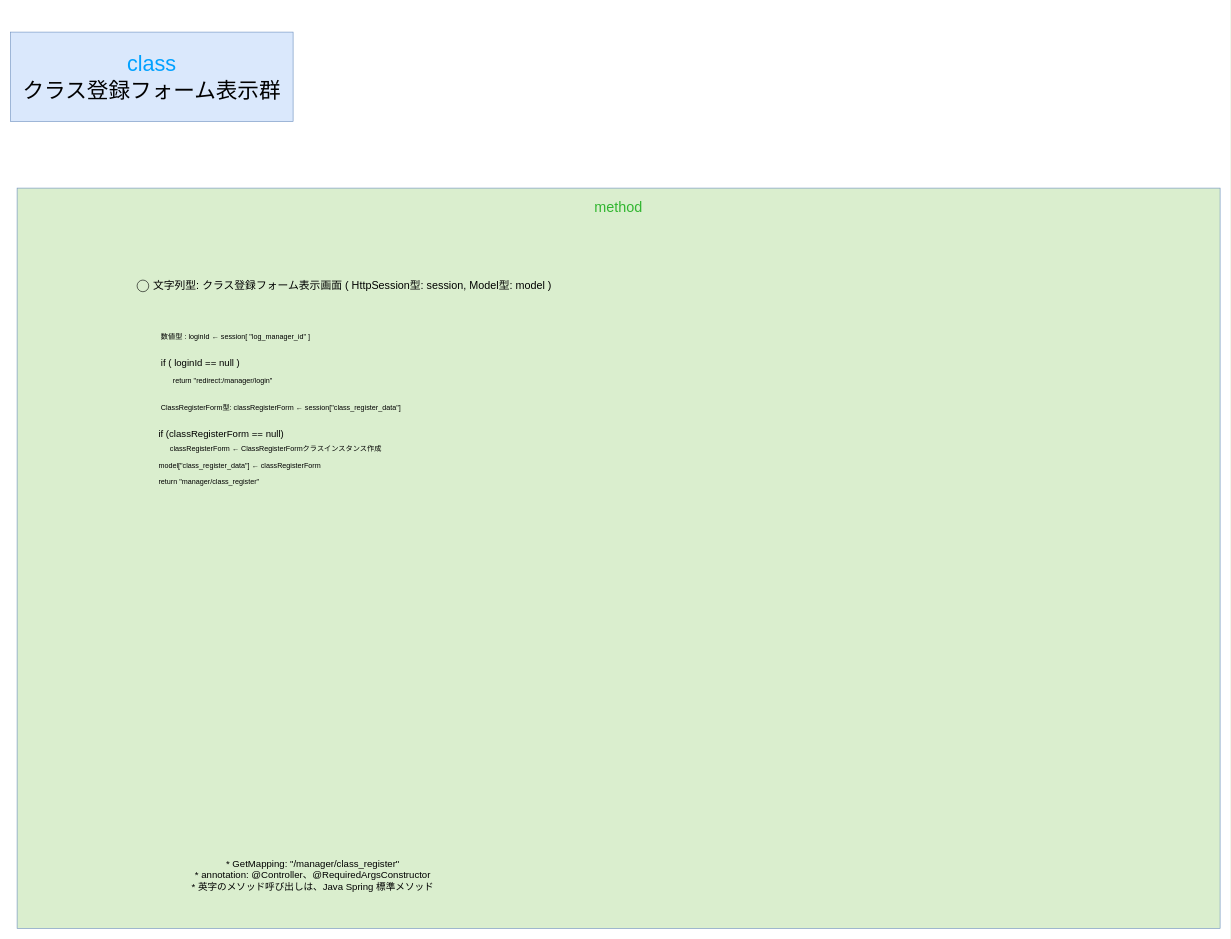
Above: gijigengo/controller/view/manager/seiseki_manage_sys controller_view_manager ClassRegisterViewControllerrollerクラス 疑似言語.drawio in tro319/seiseki_manage_sys (draw.io), before the change. Source tidied: cells renumbered, new cells numbered last; positions are measured from the earlier drawing's top-left corner, leaving out a move shared by most shapes. Both pictures are drawn from the tidied source at 60%, with x=0, y=0 at pixel (10, 32).
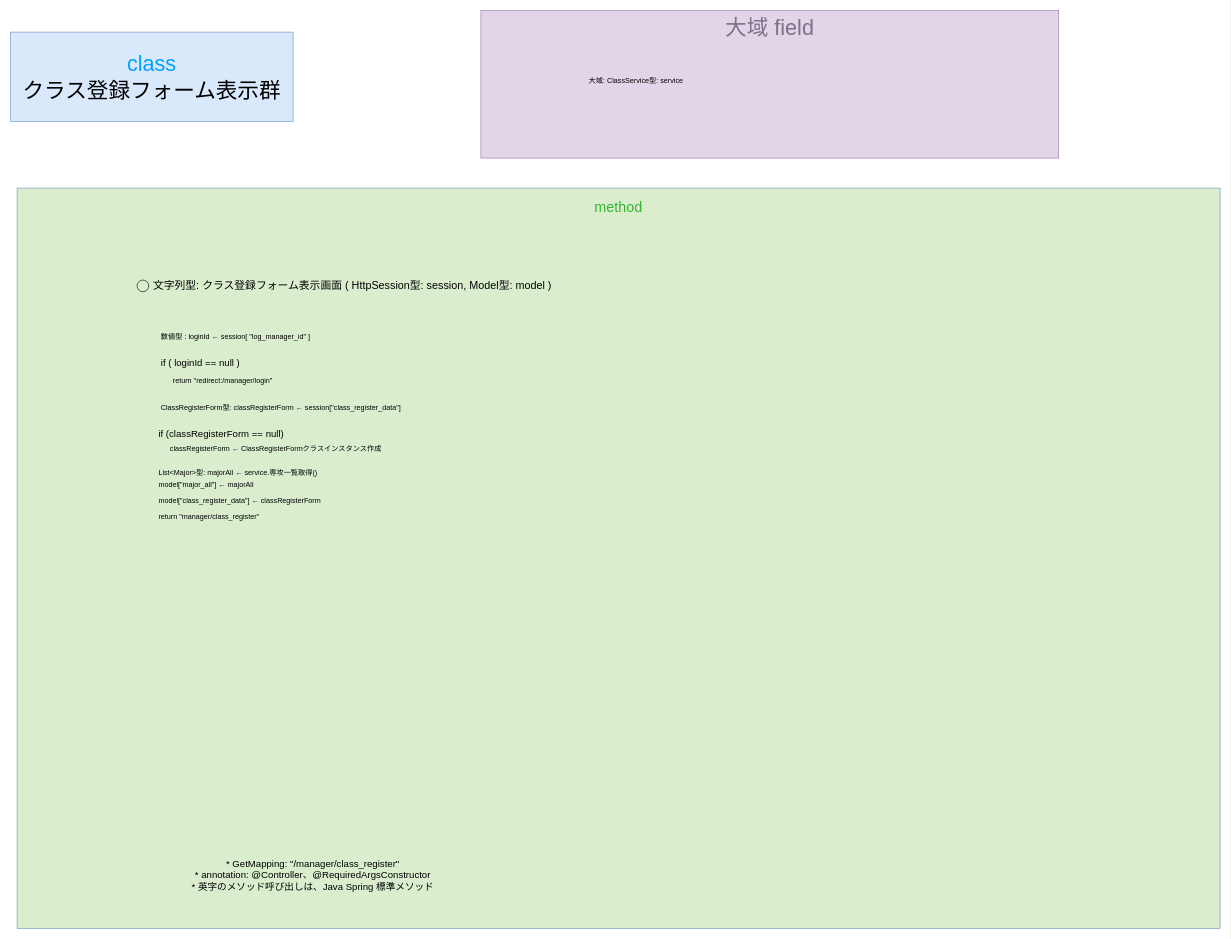
The same diagram, later.

Change to the diagram source:
```diff
@@
 <mxGraphModel>
   <root>
     <mxCell id="0" />
     <mxCell id="1" parent="0" />
     <mxCell id="2" value="&lt;div&gt;&lt;span style=&quot;color: rgb(0, 161, 255);&quot;&gt;class&lt;/span&gt;&lt;/div&gt;&lt;div&gt;クラス登録フォーム表示群&lt;/div&gt;" style="text;html=1;whiteSpace=wrap;strokeColor=#6c8ebf;fillColor=#dae8fc;align=center;verticalAlign=middle;rounded=0;fontSize=36;" parent="1" vertex="1">
       <mxGeometry width="471" height="149" as="geometry" />
     </mxCell>
     <mxCell id="3" value="&lt;div&gt;&lt;font style=&quot;font-size: 24px;&quot;&gt;&lt;span style=&quot;color: rgb(50, 182, 49);&quot;&gt;&lt;span style=&quot;&quot;&gt;&lt;span style=&quot;&quot;&gt;&lt;span&gt;method&lt;/span&gt;&lt;/span&gt;&lt;/span&gt;&lt;/span&gt;&lt;/font&gt;&lt;/div&gt;&lt;div&gt;&lt;font style=&quot;font-size: 24px;&quot;&gt;&lt;span style=&quot;color: rgba(0, 0, 0, 0);&quot;&gt;&lt;span style=&quot;color: rgba(0, 0, 0, 0);&quot;&gt;&lt;span style=&quot;&quot;&gt;&lt;span style=&quot;&quot;&gt;&lt;br&gt;&lt;/span&gt;&lt;/span&gt;&lt;/span&gt;&lt;/span&gt;&lt;/font&gt;&lt;/div&gt;" style="text;html=1;whiteSpace=wrap;strokeColor=#6c8ebf;fillColor=light-dark(#daeece, #214210);align=center;verticalAlign=top;rounded=0;fontSize=36;fontColor=#00A1FF;" parent="1" vertex="1">
       <mxGeometry x="11" y="260" width="2005" height="1234" as="geometry" />
     </mxCell>
     <mxCell id="4" value="&lt;div&gt;&lt;span style=&quot;color: rgb(0, 0, 0);&quot;&gt;&lt;font&gt;数値型 : loginId ←&amp;nbsp;&lt;/font&gt;&lt;/span&gt;&lt;span style=&quot;color: rgb(0, 0, 0);&quot;&gt;&lt;font&gt;session[ &quot;log_manager_id&quot; ]&lt;/font&gt;&lt;/span&gt;&lt;/div&gt;" style="text;html=1;whiteSpace=wrap;strokeColor=none;fillColor=none;align=left;verticalAlign=middle;rounded=0;fontSize=12;" parent="1" vertex="1">
       <mxGeometry x="249" y="493" width="590" height="30" as="geometry" />
     </mxCell>
     <mxCell id="5" value="&lt;div&gt;&lt;span&gt;&lt;span&gt;&lt;span style=&quot;color: rgb(0, 0, 0);&quot;&gt;&lt;font style=&quot;font-size: 16px;&quot;&gt;* GetMapping: &quot;&lt;/font&gt;&lt;/span&gt;&lt;/span&gt;&lt;/span&gt;&lt;font style=&quot;font-size: 16px;&quot;&gt;/manager/class_register&lt;/font&gt;&lt;span&gt;&lt;span&gt;&lt;span style=&quot;color: rgb(0, 0, 0);&quot;&gt;&lt;font style=&quot;font-size: 16px;&quot;&gt;&quot;&lt;/font&gt;&lt;/span&gt;&lt;/span&gt;&lt;/span&gt;&lt;/div&gt;&lt;div&gt;&lt;span&gt;&lt;span&gt;&lt;span style=&quot;color: rgb(0, 0, 0);&quot;&gt;&lt;font style=&quot;font-size: 16px;&quot;&gt;* annotation: &lt;/font&gt;&lt;font style=&quot;font-size: 16px;&quot;&gt;@Controller&lt;/font&gt;&lt;font style=&quot;font-size: 16px;&quot;&gt;、@RequiredArgsConstructor&lt;/font&gt;&lt;/span&gt;&lt;/span&gt;&lt;/span&gt;&lt;/div&gt;&lt;div&gt;&lt;span&gt;&lt;span&gt;&lt;span style=&quot;color: rgb(0, 0, 0);&quot;&gt;&lt;font style=&quot;font-size: 16px;&quot;&gt;* 英字のメソッド呼び出しは、Java Spring 標準メソッド&lt;/font&gt;&lt;/span&gt;&lt;/span&gt;&lt;/span&gt;&lt;/div&gt;" style="text;html=1;whiteSpace=wrap;strokeColor=none;fillColor=none;align=center;verticalAlign=middle;rounded=0;" parent="1" vertex="1">
       <mxGeometry x="209" y="1390" width="590" height="30" as="geometry" />
     </mxCell>
     <mxCell id="6" value="&lt;div align=&quot;left&quot;&gt;&lt;span style=&quot;color: rgb(0, 0, 0);&quot;&gt;&lt;font style=&quot;font-size: 16px;&quot;&gt;if ( loginId == null )&amp;nbsp;&lt;/font&gt;&lt;/span&gt;&lt;/div&gt;" style="text;html=1;whiteSpace=wrap;strokeColor=none;fillColor=none;align=left;verticalAlign=middle;rounded=0;" parent="1" vertex="1">
       <mxGeometry x="249" y="536" width="590" height="30" as="geometry" />
     </mxCell>
     <mxCell id="7" value="return &quot;redirect:/manager/login&quot;" style="text;html=1;whiteSpace=wrap;strokeColor=none;fillColor=none;align=left;verticalAlign=middle;rounded=0;" parent="1" vertex="1">
       <mxGeometry x="269" y="567" width="590" height="30" as="geometry" />
     </mxCell>
     <mxCell id="8" value="&lt;font style=&quot;font-size: 18px;&quot;&gt;&lt;span&gt;&lt;span&gt;&lt;span style=&quot;color: rgb(0, 0, 0);&quot;&gt;&lt;font&gt;文字列型: クラス登録フォーム表示画面 ( HttpSession型: session, Model型: model )&lt;/font&gt;&lt;/span&gt;&lt;/span&gt;&lt;/span&gt;&lt;/font&gt;" style="whiteSpace=wrap;html=1;fillColor=none;labelBorderColor=none;strokeColor=none;" parent="1" vertex="1">
       <mxGeometry x="234" y="408" width="672" height="30" as="geometry" />
     </mxCell>
     <mxCell id="9" value="&amp;nbsp; &amp;nbsp; &amp;nbsp; &amp;nbsp; &amp;nbsp; &amp;nbsp; &amp;nbsp;" style="ellipse;whiteSpace=wrap;html=1;fillColor=none;" parent="1" vertex="1">
       <mxGeometry x="211" y="413.3" width="19.4" height="19.4" as="geometry" />
     </mxCell>
     <mxCell id="10" value="return &quot;manager/class_register&quot;" style="text;html=1;whiteSpace=wrap;strokeColor=none;fillColor=none;align=left;verticalAlign=middle;rounded=0;" parent="1" vertex="1">
-      <mxGeometry x="245" y="735" width="590" height="30" as="geometry" />
+      <mxGeometry x="245" y="793" width="590" height="30" as="geometry" />
     </mxCell>
     <mxCell id="11" value="classRegisterForm ← ClassRegisterFormクラスインスタンス作成" style="text;html=1;whiteSpace=wrap;strokeColor=none;fillColor=none;align=left;verticalAlign=middle;rounded=0;" parent="1" vertex="1">
       <mxGeometry x="264" y="680" width="590" height="30" as="geometry" />
     </mxCell>
     <mxCell id="12" value="&lt;div align=&quot;left&quot;&gt;&lt;span style=&quot;color: rgb(0, 0, 0);&quot;&gt;&lt;font style=&quot;font-size: 16px;&quot;&gt;if (classRegisterForm == null)&amp;nbsp;&lt;/font&gt;&lt;/span&gt;&lt;/div&gt;" style="text;html=1;whiteSpace=wrap;strokeColor=none;fillColor=none;align=left;verticalAlign=middle;rounded=0;" parent="1" vertex="1">
       <mxGeometry x="245" y="654" width="590" height="30" as="geometry" />
     </mxCell>
     <mxCell id="13" value="ClassRegisterForm型: classRegisterForm ← session[&quot;class_register_data&quot;]" style="text;html=1;whiteSpace=wrap;strokeColor=none;fillColor=none;align=left;verticalAlign=middle;rounded=0;" parent="1" vertex="1">
       <mxGeometry x="249" y="611" width="590" height="30" as="geometry" />
     </mxCell>
     <mxCell id="14" value="model[&quot;class_register_data&quot;] ← classRegisterForm" style="text;html=1;whiteSpace=wrap;strokeColor=none;fillColor=none;align=left;verticalAlign=middle;rounded=0;" parent="1" vertex="1">
-      <mxGeometry x="245" y="708" width="590" height="30" as="geometry" />
+      <mxGeometry x="245" y="766" width="590" height="30" as="geometry" />
     </mxCell>
+    <mxCell id="15" value="model[&quot;major_all&quot;] ← majorAll" style="text;html=1;whiteSpace=wrap;strokeColor=none;fillColor=none;align=left;verticalAlign=middle;rounded=0;" parent="1" vertex="1">
+      <mxGeometry x="245" y="740" width="719.5" height="30" as="geometry" />
+    </mxCell>
+    <mxCell id="16" value="List&amp;lt;Major&amp;gt;型: majorAll ← service.専攻一覧取得()" style="text;html=1;whiteSpace=wrap;strokeColor=none;fillColor=none;align=left;verticalAlign=middle;rounded=0;" parent="1" vertex="1">
+      <mxGeometry x="245" y="719" width="719.5" height="30" as="geometry" />
+    </mxCell>
+    <mxCell id="17" value="&lt;font&gt;大域 field&lt;/font&gt;" style="rounded=0;whiteSpace=wrap;html=1;fillColor=#e1d5e7;strokeColor=#9673a6;verticalAlign=top;fontSize=36;fontColor=#80708A;" parent="1" vertex="1">
+      <mxGeometry x="784" y="-36" width="963" height="246" as="geometry" />
+    </mxCell>
+    <mxCell id="18" value="大域: ClassService型: service" style="text;html=1;whiteSpace=wrap;strokeColor=none;fillColor=none;align=left;verticalAlign=middle;rounded=0;fontSize=12;" parent="1" vertex="1">
+      <mxGeometry x="962" y="66" width="590" height="30" as="geometry" />
+    </mxCell>
   </root>
 </mxGraphModel>
```
